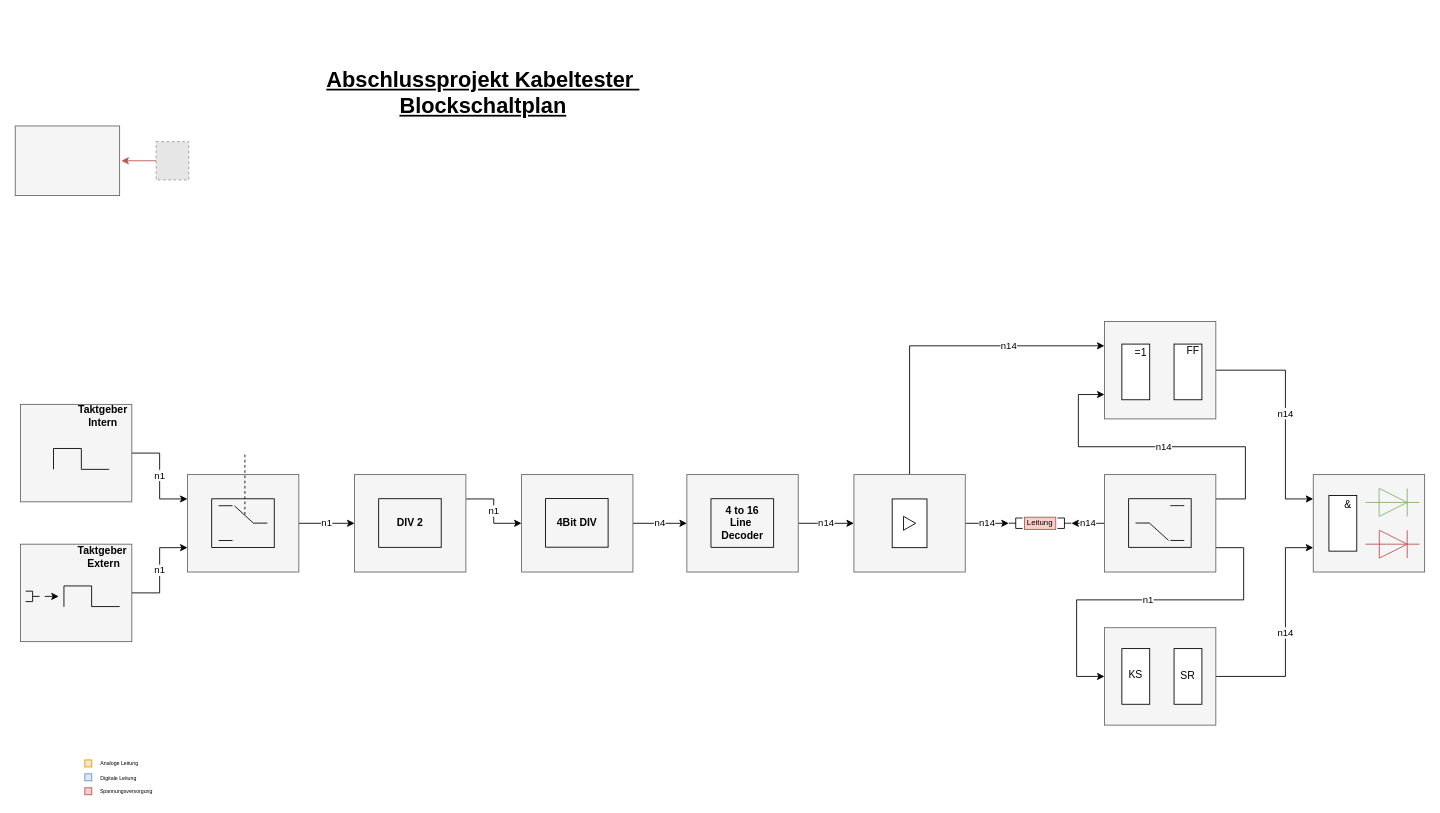
Before: 01_Blockschaltbild/BA_Blockschaltbild.drawio in Oszimilian/Kabeltester, a draw.io diagram. Source tidied: cells renumbered, new cells numbered last; positions are measured from the earlier drawing's top-left corner, leaving out a move shared by most shapes. Both pictures are drawn from the tidied source at 87%, with x=0, y=0 at pixel (15, 15). Pictures stored in the file or linked from it are replaced by grey dashed boxes.
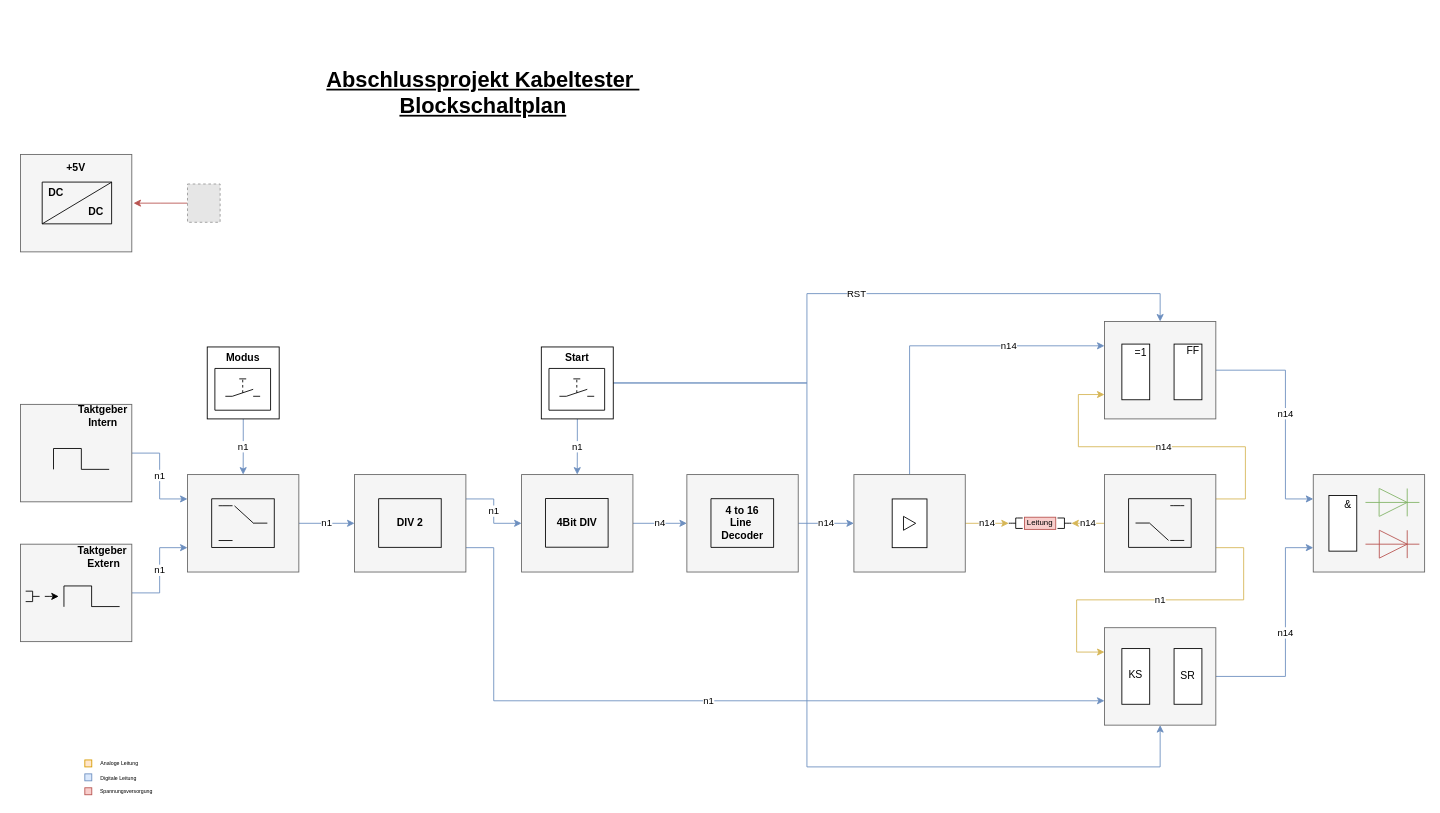
The same diagram, later.

Unchanged cells that the change refers to:
```xml
<mxCell id="3" style="rounded=0;whiteSpace=wrap;html=1;fillColor=#f5f5f5;strokeColor=#666666;fontColor=#333333;" parent="1" vertex="1">
  <mxGeometry x="6" y="447.3" width="128" height="112" as="geometry" />
</mxCell>
<mxCell id="22" style="rounded=0;whiteSpace=wrap;html=1;fillColor=#f5f5f5;strokeColor=#666666;fontColor=#333333;" parent="1" vertex="1">
  <mxGeometry x="6" y="608" width="128" height="112" as="geometry" />
</mxCell>
<mxCell id="34" style="rounded=0;whiteSpace=wrap;html=1;fillColor=#f5f5f5;strokeColor=#666666;fontColor=#333333;" parent="1" vertex="1">
  <mxGeometry x="198" y="528" width="128" height="112" as="geometry" />
</mxCell>
<mxCell id="45" style="rounded=0;whiteSpace=wrap;html=1;fillColor=#f5f5f5;strokeColor=#666666;fontColor=#333333;" parent="1" vertex="1">
  <mxGeometry x="390" y="528" width="128" height="112" as="geometry" />
</mxCell>
<mxCell id="52" style="rounded=0;whiteSpace=wrap;html=1;fillColor=#f5f5f5;strokeColor=#666666;fontColor=#333333;" parent="1" vertex="1">
  <mxGeometry x="582" y="528" width="128" height="112" as="geometry" />
</mxCell>
<mxCell id="59" style="rounded=0;whiteSpace=wrap;html=1;fillColor=#f5f5f5;strokeColor=#666666;fontColor=#333333;" parent="1" vertex="1">
  <mxGeometry x="772" y="528" width="128" height="112" as="geometry" />
</mxCell>
<mxCell id="67" style="rounded=0;whiteSpace=wrap;html=1;fillColor=#f5f5f5;strokeColor=#666666;fontColor=#333333;" parent="1" vertex="1">
  <mxGeometry x="964" y="528" width="128" height="112" as="geometry" />
</mxCell>
<mxCell id="71" style="rounded=0;whiteSpace=wrap;html=1;fillColor=#f5f5f5;strokeColor=#666666;fontColor=#333333;" parent="1" vertex="1">
  <mxGeometry x="1252" y="528" width="128" height="112" as="geometry" />
</mxCell>
<mxCell id="73" style="rounded=0;whiteSpace=wrap;html=1;fillColor=#f5f5f5;strokeColor=#666666;fontColor=#333333;" parent="1" vertex="1">
  <mxGeometry x="1252" y="352" width="128" height="112" as="geometry" />
</mxCell>
<mxCell id="99" style="rounded=0;whiteSpace=wrap;html=1;fillColor=#f5f5f5;strokeColor=#666666;fontColor=#333333;" parent="1" vertex="1">
  <mxGeometry x="1252" y="704" width="128" height="112" as="geometry" />
</mxCell>
<mxCell id="104" style="rounded=0;whiteSpace=wrap;html=1;fillColor=#f5f5f5;strokeColor=#666666;fontColor=#333333;" parent="1" vertex="1">
  <mxGeometry x="1492" y="528" width="128" height="112" as="geometry" />
</mxCell>
```

What changed in the source:
```diff
@@
-    <mxCell id="2" value="n1" style="edgeStyle=orthogonalEdgeStyle;rounded=0;jettySize=auto;html=1;entryX=0;entryY=0.25;entryDx=0;entryDy=0;" parent="1" edge="1" source="3" target="34">
+    <mxCell id="2" value="n1" style="edgeStyle=orthogonalEdgeStyle;rounded=0;jettySize=auto;html=1;entryX=0;entryY=0.25;entryDx=0;entryDy=0;fillColor=#dae8fc;strokeColor=#6c8ebf;" parent="1" edge="1" source="3" target="34">
       <mxGeometry relative="1" as="geometry">
         <Array as="points">
           <mxPoint x="166" y="503" />
           <mxPoint x="166" y="556" />
         </Array>
       </mxGeometry>
     </mxCell>
@@
-    <mxCell id="5" style="rounded=0;whiteSpace=wrap;html=1;fillColor=#f5f5f5;strokeColor=#666666;fontColor=#333333;" parent="1" vertex="1">
-      <mxGeometry y="127.3" width="120" height="80" as="geometry" />
-    </mxCell>
@@
-    <mxCell id="7" style="edgeStyle=orthogonalEdgeStyle;rounded=0;jettySize=auto;html=1;fillColor=#f8cecc;strokeColor=#b85450;" parent="1" edge="1" source="8">
-      <mxGeometry relative="1" as="geometry">
-        <mxPoint x="122" y="167.3" as="targetPoint" />
-      </mxGeometry>
-    </mxCell>
+    <mxCell id="117" style="edgeStyle=orthogonalEdgeStyle;rounded=0;jettySize=auto;html=1;fillColor=#f8cecc;strokeColor=#b85450;" parent="1" edge="1" source="8">
+      <mxGeometry relative="1" as="geometry">
+        <mxPoint x="136" y="216" as="targetPoint" />
+      </mxGeometry>
+    </mxCell>
     <mxCell id="8" style="fillColor=#E6E6E6;strokeColor=#999999;dashed=1;verticalLabelPosition=bottom;verticalAlign=top;fontColor=#FF0000;" parent="1" vertex="1">
-      <mxGeometry x="162" y="145.3" width="37.5" height="44" as="geometry" />
+      <mxGeometry x="198" y="194" width="37.5" height="44" as="geometry" />
     </mxCell>
@@
-    <mxCell id="21" value="n1" style="edgeStyle=orthogonalEdgeStyle;rounded=0;jettySize=auto;html=1;entryX=0;entryY=0.75;entryDx=0;entryDy=0;" parent="1" edge="1" source="22" target="34">
+    <mxCell id="21" value="n1" style="edgeStyle=orthogonalEdgeStyle;rounded=0;jettySize=auto;html=1;entryX=0;entryY=0.75;entryDx=0;entryDy=0;fillColor=#dae8fc;strokeColor=#6c8ebf;" parent="1" edge="1" source="22" target="34">
       <mxGeometry relative="1" as="geometry" />
     </mxCell>
@@
-    <mxCell id="33" value="n1" style="edgeStyle=orthogonalEdgeStyle;rounded=0;jettySize=auto;html=1;entryX=0;entryY=0.5;entryDx=0;entryDy=0;" parent="1" edge="1" source="34" target="45">
+    <mxCell id="33" value="n1" style="edgeStyle=orthogonalEdgeStyle;rounded=0;jettySize=auto;html=1;entryX=0;entryY=0.5;entryDx=0;entryDy=0;fillColor=#dae8fc;strokeColor=#6c8ebf;" parent="1" edge="1" source="34" target="45">
       <mxGeometry relative="1" as="geometry" />
     </mxCell>
@@
-    <mxCell id="43" style="endArrow=none;dashed=1;html=1;" parent="1" edge="1">
-      <mxGeometry relative="1" as="geometry">
-        <mxPoint x="264" y="574" as="sourcePoint" />
-        <mxPoint x="264" y="504" as="targetPoint" />
-      </mxGeometry>
-    </mxCell>
-    <mxCell id="44" value="n1" style="edgeStyle=orthogonalEdgeStyle;rounded=0;jettySize=auto;html=1;exitX=1;exitY=0.25;exitDx=0;exitDy=0;entryX=0;entryY=0.5;entryDx=0;entryDy=0;" parent="1" edge="1" source="45" target="52">
+    <mxCell id="44" value="n1" style="edgeStyle=orthogonalEdgeStyle;rounded=0;jettySize=auto;html=1;exitX=1;exitY=0.25;exitDx=0;exitDy=0;entryX=0;entryY=0.5;entryDx=0;entryDy=0;fillColor=#dae8fc;strokeColor=#6c8ebf;" parent="1" edge="1" source="45" target="52">
       <mxGeometry relative="1" as="geometry" />
     </mxCell>
+    <mxCell id="118" value="n1" style="edgeStyle=orthogonalEdgeStyle;rounded=0;jettySize=auto;html=1;exitX=1;exitY=0.75;exitDx=0;exitDy=0;entryX=0;entryY=0.75;entryDx=0;entryDy=0;fillColor=#dae8fc;strokeColor=#6c8ebf;" parent="1" edge="1" source="45" target="99">
+      <mxGeometry relative="1" as="geometry">
+        <Array as="points">
+          <mxPoint x="550" y="612" />
+          <mxPoint x="550" y="788" />
+        </Array>
+      </mxGeometry>
+    </mxCell>
@@
-    <mxCell id="51" value="n4" style="edgeStyle=orthogonalEdgeStyle;rounded=0;jettySize=auto;html=1;entryX=0;entryY=0.5;entryDx=0;entryDy=0;" parent="1" edge="1" source="52" target="59">
+    <mxCell id="51" value="n4" style="edgeStyle=orthogonalEdgeStyle;rounded=0;jettySize=auto;html=1;entryX=0;entryY=0.5;entryDx=0;entryDy=0;fillColor=#dae8fc;strokeColor=#6c8ebf;" parent="1" edge="1" source="52" target="59">
       <mxGeometry relative="1" as="geometry" />
     </mxCell>
@@
-    <mxCell id="58" value="n14" style="edgeStyle=orthogonalEdgeStyle;rounded=0;jettySize=auto;html=1;entryX=0;entryY=0.5;entryDx=0;entryDy=0;" parent="1" edge="1" source="59" target="67">
+    <mxCell id="58" value="n14" style="edgeStyle=orthogonalEdgeStyle;rounded=0;jettySize=auto;html=1;entryX=0;entryY=0.5;entryDx=0;entryDy=0;fillColor=#dae8fc;strokeColor=#6c8ebf;" parent="1" edge="1" source="59" target="67">
       <mxGeometry relative="1" as="geometry" />
     </mxCell>
@@
-    <mxCell id="65" value="n14" style="edgeStyle=orthogonalEdgeStyle;rounded=0;jettySize=auto;html=1;" parent="1" edge="1" source="67">
+    <mxCell id="65" value="n14" style="edgeStyle=orthogonalEdgeStyle;rounded=0;jettySize=auto;html=1;fillColor=#fff2cc;strokeColor=#d6b656;" parent="1" edge="1" source="67">
       <mxGeometry relative="1" as="geometry">
         <mxPoint x="1142" y="584" as="targetPoint" />
       </mxGeometry>
     </mxCell>
-    <mxCell id="66" value="n14" style="edgeStyle=orthogonalEdgeStyle;rounded=0;jettySize=auto;html=1;entryX=0;entryY=0.25;entryDx=0;entryDy=0;" parent="1" edge="1" source="67" target="73">
+    <mxCell id="66" value="n14" style="edgeStyle=orthogonalEdgeStyle;rounded=0;jettySize=auto;html=1;entryX=0;entryY=0.25;entryDx=0;entryDy=0;fillColor=#dae8fc;strokeColor=#6c8ebf;" parent="1" edge="1" source="67" target="73">
       <mxGeometry x="0.41" relative="1" as="geometry">
         <Array as="points">
           <mxPoint x="1028" y="380" />
         </Array>
       </mxGeometry>
     </mxCell>
@@
-    <mxCell id="68" value="n14" style="edgeStyle=orthogonalEdgeStyle;rounded=0;jettySize=auto;html=1;" parent="1" edge="1" source="71">
+    <mxCell id="68" value="n14" style="edgeStyle=orthogonalEdgeStyle;rounded=0;jettySize=auto;html=1;fillColor=#fff2cc;strokeColor=#d6b656;" parent="1" edge="1" source="71">
       <mxGeometry relative="1" as="geometry">
         <mxPoint x="1214" y="584" as="targetPoint" />
       </mxGeometry>
     </mxCell>
-    <mxCell id="69" value="n14" style="edgeStyle=orthogonalEdgeStyle;rounded=0;jettySize=auto;html=1;exitX=1;exitY=0.25;exitDx=0;exitDy=0;entryX=0;entryY=0.75;entryDx=0;entryDy=0;" parent="1" edge="1" source="71" target="73">
+    <mxCell id="69" value="n14" style="edgeStyle=orthogonalEdgeStyle;rounded=0;jettySize=auto;html=1;exitX=1;exitY=0.25;exitDx=0;exitDy=0;entryX=0;entryY=0.75;entryDx=0;entryDy=0;fillColor=#fff2cc;strokeColor=#d6b656;" parent="1" edge="1" source="71" target="73">
       <mxGeometry relative="1" as="geometry">
         <Array as="points">
           <mxPoint x="1414" y="556" />
           <mxPoint x="1414" y="496" />
           <mxPoint x="1222" y="496" />
           <mxPoint x="1222" y="436" />
         </Array>
       </mxGeometry>
     </mxCell>
-    <mxCell id="70" value="n1" style="edgeStyle=orthogonalEdgeStyle;rounded=0;jettySize=auto;html=1;exitX=1;exitY=0.75;exitDx=0;exitDy=0;entryX=0;entryY=0.5;entryDx=0;entryDy=0;" parent="1" edge="1" source="71" target="99">
+    <mxCell id="70" value="n1" style="edgeStyle=orthogonalEdgeStyle;rounded=0;jettySize=auto;html=1;exitX=1;exitY=0.75;exitDx=0;exitDy=0;entryX=0;entryY=0.25;entryDx=0;entryDy=0;fillColor=#fff2cc;strokeColor=#d6b656;" parent="1" edge="1" source="71" target="99">
       <mxGeometry relative="1" as="geometry">
         <Array as="points">
           <mxPoint x="1412" y="612" />
           <mxPoint x="1412" y="672" />
           <mxPoint x="1220" y="672" />
-          <mxPoint x="1220" y="760" />
+          <mxPoint x="1220" y="732" />
         </Array>
       </mxGeometry>
     </mxCell>
@@
-    <mxCell id="72" value="n14" style="edgeStyle=orthogonalEdgeStyle;rounded=0;jettySize=auto;html=1;entryX=0;entryY=0.25;entryDx=0;entryDy=0;" parent="1" edge="1" source="73" target="104">
+    <mxCell id="72" value="n14" style="edgeStyle=orthogonalEdgeStyle;rounded=0;jettySize=auto;html=1;entryX=0;entryY=0.25;entryDx=0;entryDy=0;fillColor=#dae8fc;strokeColor=#6c8ebf;" parent="1" edge="1" source="73" target="104">
       <mxGeometry relative="1" as="geometry">
         <Array as="points">
           <mxPoint x="1460" y="408" />
           <mxPoint x="1460" y="556" />
         </Array>
       </mxGeometry>
     </mxCell>
@@
-    <mxCell id="98" value="n14" style="edgeStyle=orthogonalEdgeStyle;rounded=0;jettySize=auto;html=1;entryX=0;entryY=0.75;entryDx=0;entryDy=0;" parent="1" edge="1" source="99" target="104">
+    <mxCell id="98" value="n14" style="edgeStyle=orthogonalEdgeStyle;rounded=0;jettySize=auto;html=1;entryX=0;entryY=0.75;entryDx=0;entryDy=0;fillColor=#dae8fc;strokeColor=#6c8ebf;" parent="1" edge="1" source="99" target="104">
       <mxGeometry relative="1" as="geometry">
         <Array as="points">
           <mxPoint x="1460" y="760" />
           <mxPoint x="1460" y="612" />
         </Array>
       </mxGeometry>
     </mxCell>
@@
+    <mxCell id="119" value="n1" style="edgeStyle=orthogonalEdgeStyle;rounded=0;jettySize=auto;html=1;entryX=0.5;entryY=0;entryDx=0;entryDy=0;fillColor=#dae8fc;strokeColor=#6c8ebf;" parent="1" edge="1" source="120" target="34">
+      <mxGeometry relative="1" as="geometry" />
+    </mxCell>
+    <mxCell id="120" style="whiteSpace=wrap;html=1;" parent="1" vertex="1">
+      <mxGeometry x="220.7" y="381.3" width="82.7" height="82.7" as="geometry" />
+    </mxCell>
+    <mxCell id="121" style="endArrow=none;html=1;" parent="1" edge="1">
+      <mxGeometry relative="1" as="geometry">
+        <mxPoint x="241.5" y="438" as="sourcePoint" />
+        <mxPoint x="249.5" y="438" as="targetPoint" />
+      </mxGeometry>
+    </mxCell>
+    <mxCell id="122" style="endArrow=none;html=1;" parent="1" edge="1">
+      <mxGeometry relative="1" as="geometry">
+        <mxPoint x="273.5" y="438" as="sourcePoint" />
+        <mxPoint x="281.5" y="438" as="targetPoint" />
+      </mxGeometry>
+    </mxCell>
+    <mxCell id="123" style="endArrow=none;html=1;" parent="1" edge="1">
+      <mxGeometry relative="1" as="geometry">
+        <mxPoint x="249.5" y="438" as="sourcePoint" />
+        <mxPoint x="273.5" y="430" as="targetPoint" />
+      </mxGeometry>
+    </mxCell>
+    <mxCell id="124" style="endArrow=none;dashed=1;html=1;" parent="1" edge="1">
+      <mxGeometry relative="1" as="geometry">
+        <mxPoint x="261.5" y="434" as="sourcePoint" />
+        <mxPoint x="261.5" y="418" as="targetPoint" />
+      </mxGeometry>
+    </mxCell>
+    <mxCell id="125" style="endArrow=none;html=1;" parent="1" edge="1">
+      <mxGeometry relative="1" as="geometry">
+        <mxPoint x="257.5" y="418" as="sourcePoint" />
+        <mxPoint x="265.5" y="418" as="targetPoint" />
+      </mxGeometry>
+    </mxCell>
+    <mxCell id="126" style="endArrow=none;html=1;" parent="1" edge="1">
+      <mxGeometry relative="1" as="geometry">
+        <mxPoint x="229.5" y="454" as="sourcePoint" />
+        <mxPoint x="293.5" y="454" as="targetPoint" />
+      </mxGeometry>
+    </mxCell>
+    <mxCell id="127" style="endArrow=none;html=1;" parent="1" edge="1">
+      <mxGeometry relative="1" as="geometry">
+        <mxPoint x="229.5" y="406" as="sourcePoint" />
+        <mxPoint x="293.5" y="406" as="targetPoint" />
+      </mxGeometry>
+    </mxCell>
+    <mxCell id="128" style="endArrow=none;html=1;" parent="1" edge="1">
+      <mxGeometry relative="1" as="geometry">
+        <mxPoint x="229.5" y="454" as="sourcePoint" />
+        <mxPoint x="229.5" y="406" as="targetPoint" />
+      </mxGeometry>
+    </mxCell>
+    <mxCell id="129" style="endArrow=none;html=1;" parent="1" edge="1">
+      <mxGeometry relative="1" as="geometry">
+        <mxPoint x="293.5" y="454" as="sourcePoint" />
+        <mxPoint x="293.5" y="406" as="targetPoint" />
+      </mxGeometry>
+    </mxCell>
+    <mxCell id="130" value="&lt;b&gt;Modus&lt;/b&gt;" style="text;html=1;strokeColor=none;fillColor=none;align=center;verticalAlign=middle;whiteSpace=wrap;rounded=0;" parent="1" vertex="1">
+      <mxGeometry x="242" y="384" width="40" height="20" as="geometry" />
+    </mxCell>
+    <mxCell id="131" value="n1" style="edgeStyle=orthogonalEdgeStyle;rounded=0;jettySize=auto;html=1;entryX=0.5;entryY=0;entryDx=0;entryDy=0;fillColor=#dae8fc;strokeColor=#6c8ebf;" parent="1" edge="1" source="134" target="52">
+      <mxGeometry relative="1" as="geometry" />
+    </mxCell>
+    <mxCell id="132" value="RST" style="edgeStyle=orthogonalEdgeStyle;rounded=0;jettySize=auto;html=1;entryX=0.5;entryY=0;entryDx=0;entryDy=0;fillColor=#dae8fc;strokeColor=#6c8ebf;" parent="1" edge="1" source="134" target="73">
+      <mxGeometry relative="1" as="geometry">
+        <Array as="points">
+          <mxPoint x="910" y="423" />
+          <mxPoint x="910" y="320" />
+          <mxPoint x="1316" y="320" />
+        </Array>
+      </mxGeometry>
+    </mxCell>
+    <mxCell id="133" style="edgeStyle=orthogonalEdgeStyle;rounded=0;jettySize=auto;html=1;exitX=1;exitY=0.5;exitDx=0;exitDy=0;entryX=0.5;entryY=1;entryDx=0;entryDy=0;fillColor=#dae8fc;strokeColor=#6c8ebf;" parent="1" edge="1" source="134" target="99">
+      <mxGeometry relative="1" as="geometry">
+        <Array as="points">
+          <mxPoint x="910" y="423" />
+          <mxPoint x="910" y="864" />
+          <mxPoint x="1316" y="864" />
+        </Array>
+      </mxGeometry>
+    </mxCell>
+    <mxCell id="134" style="whiteSpace=wrap;html=1;" parent="1" vertex="1">
+      <mxGeometry x="604.7" y="381.3" width="82.7" height="82.7" as="geometry" />
+    </mxCell>
+    <mxCell id="135" style="endArrow=none;html=1;" parent="1" edge="1">
+      <mxGeometry relative="1" as="geometry">
+        <mxPoint x="625.5" y="438" as="sourcePoint" />
+        <mxPoint x="633.5" y="438" as="targetPoint" />
+      </mxGeometry>
+    </mxCell>
+    <mxCell id="136" style="endArrow=none;html=1;" parent="1" edge="1">
+      <mxGeometry relative="1" as="geometry">
+        <mxPoint x="657.5" y="438" as="sourcePoint" />
+        <mxPoint x="665.5" y="438" as="targetPoint" />
+      </mxGeometry>
+    </mxCell>
+    <mxCell id="137" style="endArrow=none;html=1;" parent="1" edge="1">
+      <mxGeometry relative="1" as="geometry">
+        <mxPoint x="633.5" y="438" as="sourcePoint" />
+        <mxPoint x="657.5" y="430" as="targetPoint" />
+      </mxGeometry>
+    </mxCell>
+    <mxCell id="138" style="endArrow=none;dashed=1;html=1;" parent="1" edge="1">
+      <mxGeometry relative="1" as="geometry">
+        <mxPoint x="645.5" y="434" as="sourcePoint" />
+        <mxPoint x="645.5" y="418" as="targetPoint" />
+      </mxGeometry>
+    </mxCell>
+    <mxCell id="139" style="endArrow=none;html=1;" parent="1" edge="1">
+      <mxGeometry relative="1" as="geometry">
+        <mxPoint x="641.5" y="418" as="sourcePoint" />
+        <mxPoint x="649.5" y="418" as="targetPoint" />
+      </mxGeometry>
+    </mxCell>
+    <mxCell id="140" style="endArrow=none;html=1;" parent="1" edge="1">
+      <mxGeometry relative="1" as="geometry">
+        <mxPoint x="613.5" y="454" as="sourcePoint" />
+        <mxPoint x="677.5" y="454" as="targetPoint" />
+      </mxGeometry>
+    </mxCell>
+    <mxCell id="141" style="endArrow=none;html=1;" parent="1" edge="1">
+      <mxGeometry relative="1" as="geometry">
+        <mxPoint x="613.5" y="406" as="sourcePoint" />
+        <mxPoint x="677.5" y="406" as="targetPoint" />
+      </mxGeometry>
+    </mxCell>
+    <mxCell id="142" style="endArrow=none;html=1;" parent="1" edge="1">
+      <mxGeometry relative="1" as="geometry">
+        <mxPoint x="613.5" y="454" as="sourcePoint" />
+        <mxPoint x="613.5" y="406" as="targetPoint" />
+      </mxGeometry>
+    </mxCell>
+    <mxCell id="143" style="endArrow=none;html=1;" parent="1" edge="1">
+      <mxGeometry relative="1" as="geometry">
+        <mxPoint x="677.5" y="454" as="sourcePoint" />
+        <mxPoint x="677.5" y="406" as="targetPoint" />
+      </mxGeometry>
+    </mxCell>
+    <mxCell id="144" value="&lt;b&gt;Start&lt;/b&gt;" style="text;html=1;strokeColor=none;fillColor=none;align=center;verticalAlign=middle;whiteSpace=wrap;rounded=0;" parent="1" vertex="1">
+      <mxGeometry x="626" y="384" width="40" height="20" as="geometry" />
+    </mxCell>
+    <mxCell id="145" style="rounded=0;whiteSpace=wrap;html=1;fillColor=#f5f5f5;strokeColor=#666666;fontColor=#333333;" parent="1" vertex="1">
+      <mxGeometry x="6" y="160" width="128" height="112" as="geometry" />
+    </mxCell>
+    <mxCell id="146" style="endArrow=none;html=1;" parent="1" edge="1">
+      <mxGeometry relative="1" as="geometry">
+        <mxPoint x="31" y="239.8" as="sourcePoint" />
+        <mxPoint x="31" y="191.8" as="targetPoint" />
+      </mxGeometry>
+    </mxCell>
+    <mxCell id="147" style="endArrow=none;html=1;" parent="1" edge="1">
+      <mxGeometry relative="1" as="geometry">
+        <mxPoint x="31" y="239.8" as="sourcePoint" />
+        <mxPoint x="111" y="239.8" as="targetPoint" />
+      </mxGeometry>
+    </mxCell>
+    <mxCell id="148" style="endArrow=none;html=1;" parent="1" edge="1">
+      <mxGeometry relative="1" as="geometry">
+        <mxPoint x="31" y="191.8" as="sourcePoint" />
+        <mxPoint x="111" y="191.8" as="targetPoint" />
+      </mxGeometry>
+    </mxCell>
+    <mxCell id="149" style="endArrow=none;html=1;" parent="1" edge="1">
+      <mxGeometry relative="1" as="geometry">
+        <mxPoint x="110.8" y="239.8" as="sourcePoint" />
+        <mxPoint x="110.8" y="191.8" as="targetPoint" />
+      </mxGeometry>
+    </mxCell>
+    <mxCell id="150" style="endArrow=none;html=1;" parent="1" edge="1">
+      <mxGeometry relative="1" as="geometry">
+        <mxPoint x="31" y="239.8" as="sourcePoint" />
+        <mxPoint x="111" y="191.8" as="targetPoint" />
+      </mxGeometry>
+    </mxCell>
+    <mxCell id="151" value="&lt;b&gt;DC&lt;/b&gt;" style="text;html=1;strokeColor=none;fillColor=none;align=center;verticalAlign=middle;whiteSpace=wrap;rounded=0;" parent="1" vertex="1">
+      <mxGeometry x="27" y="193.8" width="40" height="20" as="geometry" />
+    </mxCell>
+    <mxCell id="152" value="&lt;b&gt;DC&lt;/b&gt;" style="text;html=1;strokeColor=none;fillColor=none;align=center;verticalAlign=middle;whiteSpace=wrap;rounded=0;" parent="1" vertex="1">
+      <mxGeometry x="73" y="215.8" width="40" height="20" as="geometry" />
+    </mxCell>
+    <mxCell id="153" value="&lt;b&gt;+5V&lt;/b&gt;" style="text;html=1;strokeColor=none;fillColor=none;align=center;verticalAlign=middle;whiteSpace=wrap;rounded=0;" parent="1" vertex="1">
+      <mxGeometry x="50" y="166" width="40" height="20" as="geometry" />
+    </mxCell>
```
